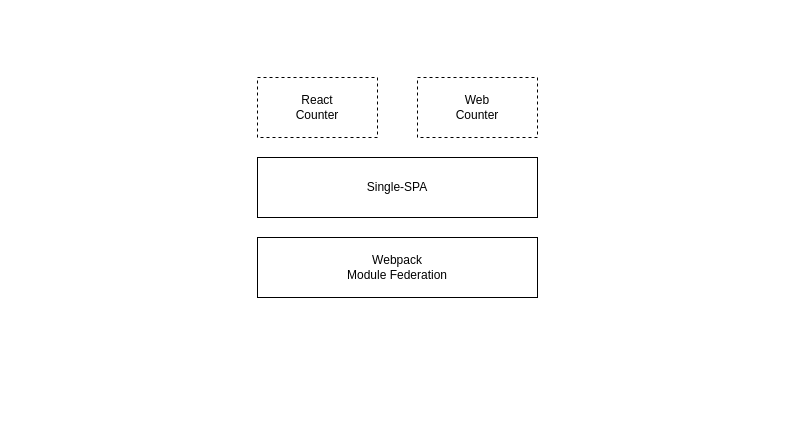
Above: single-spa-module-federation.drawio in eheu/hovedopgave (draw.io), before the change. Source tidied: cells renumbered, new cells numbered last; positions are measured from the earlier drawing's top-left corner, leaving out a move shared by most shapes. Both pictures are drawn from the tidied source at 100%, with x=0, y=0 at pixel (257, 77).
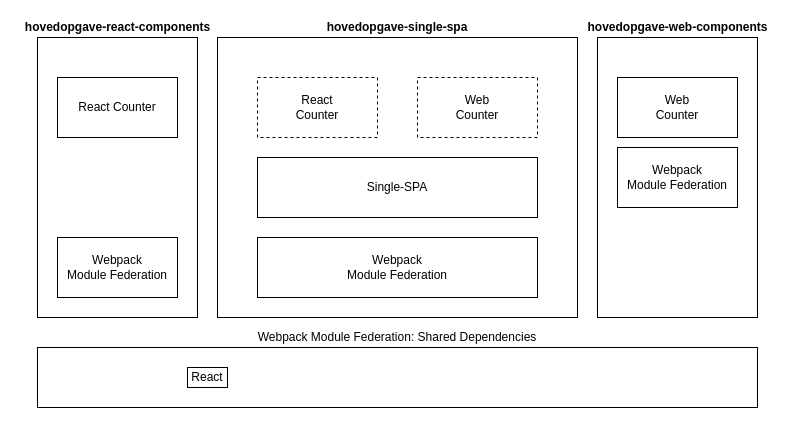
Above is the later version.

The edit, as a diff of the source:
```diff
@@
 <mxGraphModel>
   <root>
     <mxCell id="0" />
     <mxCell id="1" parent="0" />
+    <mxCell id="6" style="rounded=0;whiteSpace=wrap;html=1;strokeColor=#000000;fillColor=none;" parent="1" vertex="1">
+      <mxGeometry x="340" y="-40" width="160" height="280" as="geometry" />
+    </mxCell>
+    <mxCell id="7" style="rounded=0;whiteSpace=wrap;html=1;strokeColor=#000000;fillColor=none;" parent="1" vertex="1">
+      <mxGeometry x="-40" y="-40" width="360" height="280" as="geometry" />
+    </mxCell>
     <mxCell id="2" value="&lt;div&gt;React &lt;br&gt;&lt;/div&gt;&lt;div&gt;Counter&lt;/div&gt;" style="rounded=0;whiteSpace=wrap;html=1;dashed=1;" parent="1" vertex="1">
       <mxGeometry width="120" height="60" as="geometry" />
     </mxCell>
     <mxCell id="3" value="&lt;div&gt;Web &lt;br&gt;&lt;/div&gt;&lt;div&gt;Counter&lt;/div&gt;" style="rounded=0;whiteSpace=wrap;html=1;dashed=1;" parent="1" vertex="1">
       <mxGeometry x="160" width="120" height="60" as="geometry" />
     </mxCell>
     <mxCell id="4" value="&lt;div&gt;Single-SPA&lt;/div&gt;" style="rounded=0;whiteSpace=wrap;html=1;strokeColor=#000000;" parent="1" vertex="1">
       <mxGeometry y="80" width="280" height="60" as="geometry" />
     </mxCell>
     <mxCell id="5" value="Webpack &lt;br&gt;Module Federation" style="rounded=0;whiteSpace=wrap;html=1;strokeColor=#000000;" parent="1" vertex="1">
       <mxGeometry y="160" width="280" height="60" as="geometry" />
     </mxCell>
+    <mxCell id="8" value="&lt;div&gt;Web &lt;br&gt;&lt;/div&gt;&lt;div&gt;Counter&lt;/div&gt;" style="rounded=0;whiteSpace=wrap;html=1;" parent="1" vertex="1">
+      <mxGeometry x="360" width="120" height="60" as="geometry" />
+    </mxCell>
+    <mxCell id="9" value="&lt;b&gt;hovedopgave-single-spa&lt;/b&gt;" style="text;html=1;strokeColor=none;fillColor=none;align=center;verticalAlign=middle;whiteSpace=wrap;rounded=0;" parent="1" vertex="1">
+      <mxGeometry x="-40" y="-60" width="360" height="20" as="geometry" />
+    </mxCell>
+    <mxCell id="10" value="Webpack &lt;br&gt;Module Federation" style="rounded=0;whiteSpace=wrap;html=1;strokeColor=#000000;" parent="1" vertex="1">
+      <mxGeometry x="360" y="70" width="120" height="60" as="geometry" />
+    </mxCell>
+    <mxCell id="11" value="&lt;div&gt;hovedopgave-web-components&lt;/div&gt;" style="text;html=1;align=center;verticalAlign=middle;fontStyle=1;" parent="1" vertex="1">
+      <mxGeometry x="320" y="-60" width="200" height="20" as="geometry" />
+    </mxCell>
+    <mxCell id="12" style="rounded=0;whiteSpace=wrap;html=1;strokeColor=#000000;fillColor=none;" parent="1" vertex="1">
+      <mxGeometry x="-220" y="-40" width="160" height="280" as="geometry" />
+    </mxCell>
+    <mxCell id="13" value="React Counter" style="rounded=0;whiteSpace=wrap;html=1;" parent="1" vertex="1">
+      <mxGeometry x="-200" width="120" height="60" as="geometry" />
+    </mxCell>
+    <mxCell id="14" value="Webpack &lt;br&gt;Module Federation" style="rounded=0;whiteSpace=wrap;html=1;strokeColor=#000000;" parent="1" vertex="1">
+      <mxGeometry x="-200" y="160" width="120" height="60" as="geometry" />
+    </mxCell>
+    <mxCell id="15" value="&lt;div&gt;hovedopgave-react-components&lt;/div&gt;" style="text;html=1;align=center;verticalAlign=middle;fontStyle=1;" parent="1" vertex="1">
+      <mxGeometry x="-240" y="-60" width="200" height="20" as="geometry" />
+    </mxCell>
+    <mxCell id="16" style="rounded=0;whiteSpace=wrap;html=1;strokeColor=#000000;fillColor=none;" parent="1" vertex="1">
+      <mxGeometry x="-220" y="270" width="720" height="60" as="geometry" />
+    </mxCell>
+    <mxCell id="17" value="Webpack Module Federation: Shared Dependencies" style="text;html=1;strokeColor=none;fillColor=none;align=center;verticalAlign=middle;whiteSpace=wrap;rounded=0;" parent="1" vertex="1">
+      <mxGeometry x="-220" y="250" width="720" height="20" as="geometry" />
+    </mxCell>
+    <mxCell id="18" value="React" style="text;html=1;strokeColor=#000000;fillColor=none;align=center;verticalAlign=middle;whiteSpace=wrap;rounded=0;" parent="1" vertex="1">
+      <mxGeometry x="-70" y="290" width="40" height="20" as="geometry" />
+    </mxCell>
   </root>
 </mxGraphModel>
```
